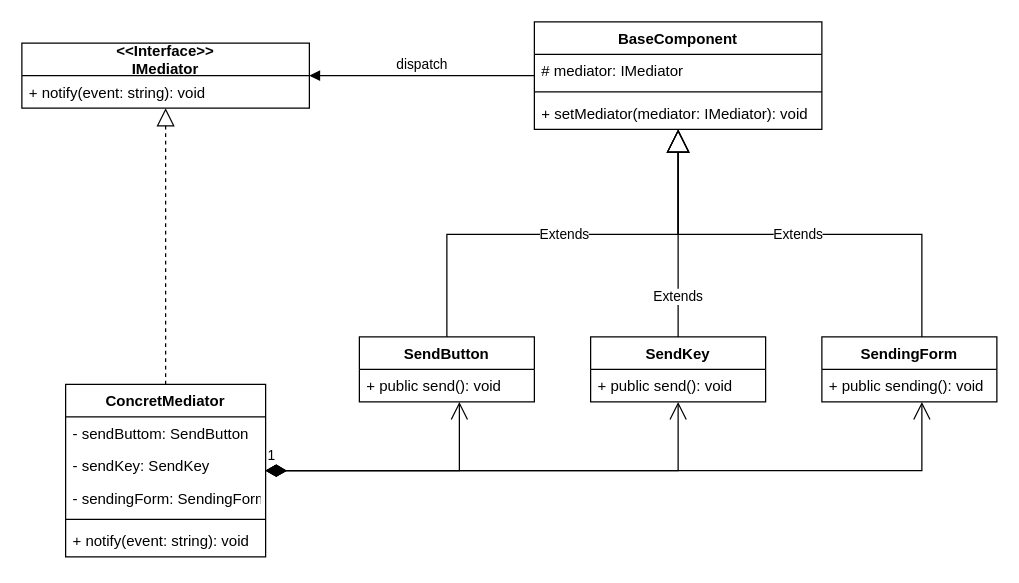
Above: Patterns/Behavioral Patterns/Mediator/mediator.drawio in MaksimPyatak/TS (draw.io), before the change. Source tidied: cells renumbered, new cells numbered last; positions are measured from the earlier drawing's top-left corner, leaving out a move shared by most shapes. Both pictures are drawn from the tidied source at 125%, with x=0, y=0 at pixel (21, 21).
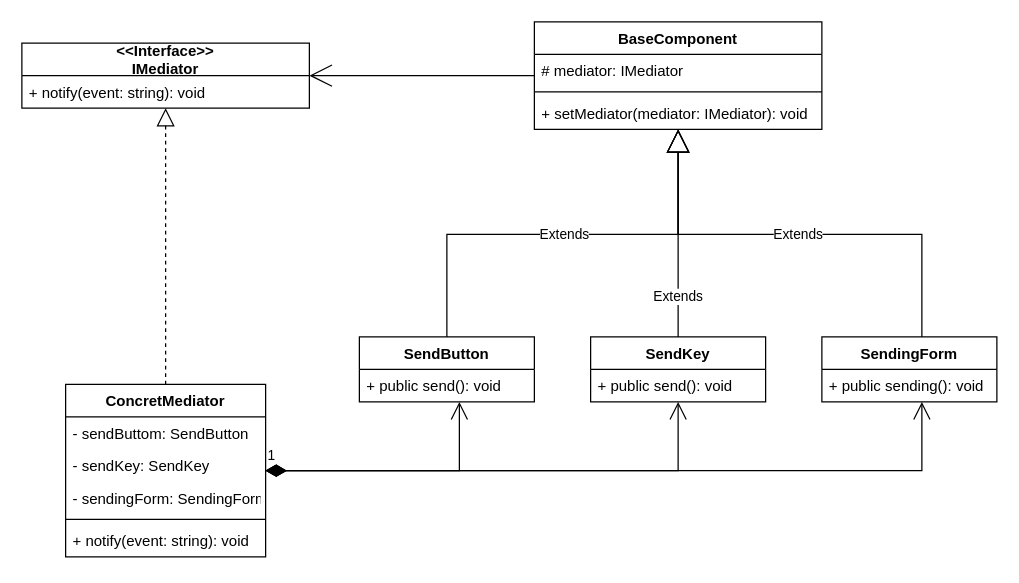
After the change.

The change refers to these unchanged cells:
```xml
<mxCell id="2" value="&lt;&lt;Interface&gt;&gt;&#10;IMediator" style="swimlane;fontStyle=1;horizontal=1;startSize=26;fillColor=none;" parent="1" vertex="1">
  <mxGeometry y="17" width="230" height="52" as="geometry" />
</mxCell>
<mxCell id="10" value="BaseComponent" style="swimlane;fontStyle=1;align=center;verticalAlign=top;horizontal=1;startSize=26;" parent="1" vertex="1">
  <mxGeometry x="410" width="230" height="86" as="geometry" />
</mxCell>
```

The edit, as a diff of the source:
```diff
@@
-    <mxCell id="27" value="dispatch" style="html=1;verticalAlign=bottom;endArrow=block;rounded=0;" parent="1" edge="1" source="10" target="2">
+    <mxCell id="27" style="html=1;verticalAlign=bottom;endArrow=open;rounded=0;endFill=0;endSize=16;spacingTop=0;" parent="1" edge="1" source="10" target="2">
       <mxGeometry relative="1" as="geometry" />
     </mxCell>
```
